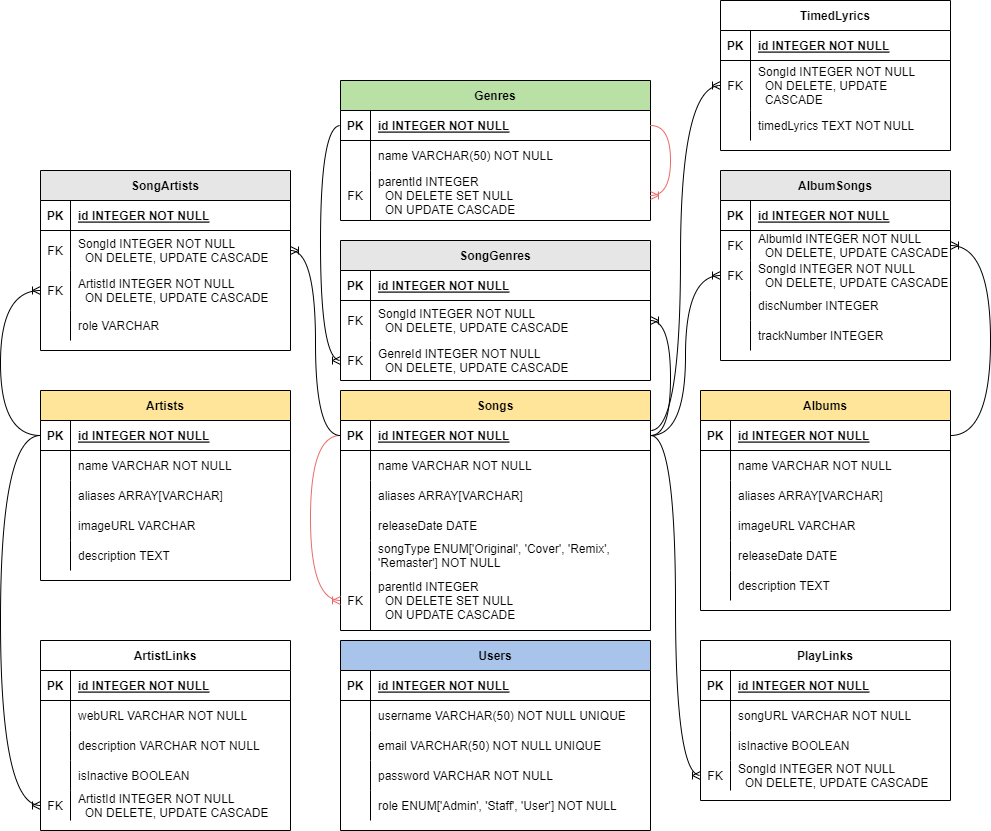
This is ERD.png from ValYauw/lagu-db-server, a draw.io export, as it was before one commit. Source tidied: cells renumbered, new cells last; positions are measured from the earlier drawing's top-left corner, leaving out a move shared by most shapes.
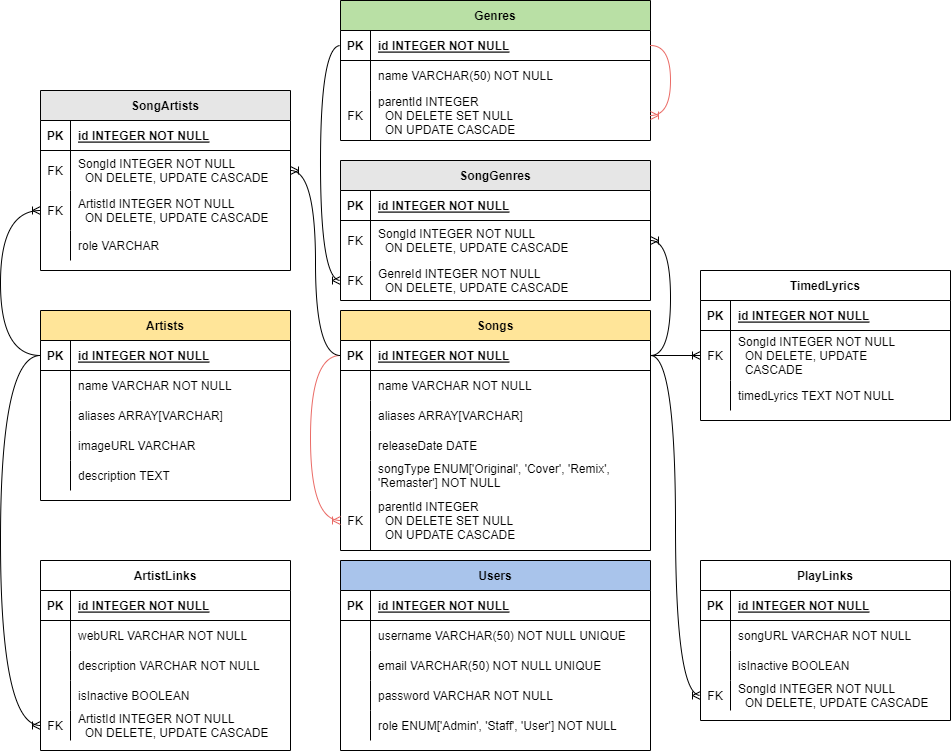
Above is the later version.

The edit, as a diff of the source:
```diff
@@ -127,63 +127,6 @@
     <mxCell id="41" value="role ENUM['Admin', 'Staff', 'User'] NOT NULL" style="shape=partialRectangle;overflow=hidden;fillColor=none;top=0;left=0;bottom=0;right=0;align=left;spacingLeft=6;" parent="39" vertex="1">
       <mxGeometry x="30" width="280" height="30" as="geometry" />
     </mxCell>
-    <mxCell id="42" value="Albums" style="shape=table;startSize=30;rowLines=0;fontStyle=1;align=center;fillColor=#FFE599;" parent="1" vertex="1">
-      <mxGeometry x="700" y="390" width="250" height="220" as="geometry" />
-    </mxCell>
-    <mxCell id="43" style="shape=partialRectangle;fillColor=none;points=[[0,0.5],[1,0.5]];portConstraint=eastwest;top=0;left=0;right=0;bottom=1;" parent="42" vertex="1">
-      <mxGeometry y="30" width="250" height="30" as="geometry" />
-    </mxCell>
-    <mxCell id="44" value="PK" style="shape=partialRectangle;overflow=hidden;fillColor=none;top=0;left=0;bottom=0;right=0;fontStyle=1;" parent="43" vertex="1">
-      <mxGeometry width="30" height="30" as="geometry" />
-    </mxCell>
-    <mxCell id="45" value="id INTEGER NOT NULL" style="shape=partialRectangle;overflow=hidden;fillColor=none;top=0;left=0;bottom=0;right=0;align=left;spacingLeft=6;fontStyle=5;" parent="43" vertex="1">
-      <mxGeometry x="30" width="220" height="30" as="geometry" />
-    </mxCell>
-    <mxCell id="46" style="shape=partialRectangle;fillColor=none;top=0;left=0;right=0;bottom=0;" parent="42" vertex="1">
-      <mxGeometry y="60" width="250" height="30" as="geometry" />
-    </mxCell>
-    <mxCell id="47" style="shape=partialRectangle;overflow=hidden;fillColor=none;top=0;left=0;bottom=0;right=0;" parent="46" vertex="1">
-      <mxGeometry width="30" height="30" as="geometry" />
-    </mxCell>
-    <mxCell id="48" value="name VARCHAR NOT NULL" style="shape=partialRectangle;overflow=hidden;fillColor=none;top=0;left=0;bottom=0;right=0;align=left;spacingLeft=6;" parent="46" vertex="1">
-      <mxGeometry x="30" width="220" height="30" as="geometry" />
-    </mxCell>
-    <mxCell id="49" style="shape=partialRectangle;fillColor=none;top=0;left=0;right=0;bottom=0;" parent="42" vertex="1">
-      <mxGeometry y="90" width="250" height="30" as="geometry" />
-    </mxCell>
-    <mxCell id="50" style="shape=partialRectangle;overflow=hidden;fillColor=none;top=0;left=0;bottom=0;right=0;" parent="49" vertex="1">
-      <mxGeometry width="30" height="30" as="geometry" />
-    </mxCell>
-    <mxCell id="51" value="aliases ARRAY[VARCHAR]" style="shape=partialRectangle;overflow=hidden;fillColor=none;top=0;left=0;bottom=0;right=0;align=left;spacingLeft=6;" parent="49" vertex="1">
-      <mxGeometry x="30" width="220" height="30" as="geometry" />
-    </mxCell>
-    <mxCell id="52" style="shape=partialRectangle;fillColor=none;top=0;left=0;right=0;bottom=0;" parent="42" vertex="1">
-      <mxGeometry y="120" width="250" height="30" as="geometry" />
-    </mxCell>
-    <mxCell id="53" style="shape=partialRectangle;overflow=hidden;fillColor=none;top=0;left=0;bottom=0;right=0;" parent="52" vertex="1">
-      <mxGeometry width="30" height="30" as="geometry" />
-    </mxCell>
-    <mxCell id="54" value="imageURL VARCHAR" style="shape=partialRectangle;overflow=hidden;fillColor=none;top=0;left=0;bottom=0;right=0;align=left;spacingLeft=6;" parent="52" vertex="1">
-      <mxGeometry x="30" width="220" height="30" as="geometry" />
-    </mxCell>
-    <mxCell id="55" style="shape=partialRectangle;fillColor=none;top=0;left=0;right=0;bottom=0;" parent="42" vertex="1">
-      <mxGeometry y="150" width="250" height="30" as="geometry" />
-    </mxCell>
-    <mxCell id="56" style="shape=partialRectangle;overflow=hidden;fillColor=none;top=0;left=0;bottom=0;right=0;" parent="55" vertex="1">
-      <mxGeometry width="30" height="30" as="geometry" />
-    </mxCell>
-    <mxCell id="57" value="releaseDate DATE" style="shape=partialRectangle;overflow=hidden;fillColor=none;top=0;left=0;bottom=0;right=0;align=left;spacingLeft=6;" parent="55" vertex="1">
-      <mxGeometry x="30" width="220" height="30" as="geometry" />
-    </mxCell>
-    <mxCell id="58" style="shape=partialRectangle;fillColor=none;top=0;left=0;right=0;bottom=0;" parent="42" vertex="1">
-      <mxGeometry y="180" width="250" height="30" as="geometry" />
-    </mxCell>
-    <mxCell id="59" style="shape=partialRectangle;overflow=hidden;fillColor=none;top=0;left=0;bottom=0;right=0;" parent="58" vertex="1">
-      <mxGeometry width="30" height="30" as="geometry" />
-    </mxCell>
-    <mxCell id="60" value="description TEXT" style="shape=partialRectangle;overflow=hidden;fillColor=none;top=0;left=0;bottom=0;right=0;align=left;spacingLeft=6;" parent="58" vertex="1">
-      <mxGeometry x="30" width="220" height="30" as="geometry" />
-    </mxCell>
     <mxCell id="61" value="Songs" style="shape=table;startSize=30;rowLines=0;fontStyle=1;align=center;fillColor=#FFE599;" parent="1" vertex="1">
       <mxGeometry x="340" y="390" width="310" height="240" as="geometry" />
     </mxCell>
@@ -336,54 +279,6 @@
     <mxCell id="109" value="role VARCHAR" style="shape=partialRectangle;overflow=hidden;fillColor=none;top=0;left=0;bottom=0;right=0;align=left;spacingLeft=6;" parent="107" vertex="1">
       <mxGeometry x="30" width="220" height="30" as="geometry" />
     </mxCell>
-    <mxCell id="110" value="AlbumSongs" style="shape=table;startSize=30;rowLines=0;fontStyle=1;align=center;fillColor=#E6E6E6;" parent="1" vertex="1">
-      <mxGeometry x="720" y="170" width="230" height="190" as="geometry" />
-    </mxCell>
-    <mxCell id="111" style="shape=partialRectangle;fillColor=none;top=0;left=0;right=0;bottom=1;" parent="110" vertex="1">
-      <mxGeometry y="30" width="230" height="30" as="geometry" />
-    </mxCell>
-    <mxCell id="112" value="PK" style="shape=partialRectangle;overflow=hidden;fillColor=none;top=0;left=0;bottom=0;right=0;fontStyle=1;" parent="111" vertex="1">
-      <mxGeometry width="30" height="30" as="geometry" />
-    </mxCell>
-    <mxCell id="113" value="id INTEGER NOT NULL" style="shape=partialRectangle;overflow=hidden;fillColor=none;top=0;left=0;bottom=0;right=0;align=left;spacingLeft=6;fontStyle=5;" parent="111" vertex="1">
-      <mxGeometry x="30" width="200" height="30" as="geometry" />
-    </mxCell>
-    <mxCell id="114" style="shape=partialRectangle;fillColor=none;points=[[0,0.5],[1,0.5]];portConstraint=eastwest;top=0;left=0;right=0;bottom=0;" parent="110" vertex="1">
-      <mxGeometry y="60" width="230" height="30" as="geometry" />
-    </mxCell>
-    <mxCell id="115" value="FK" style="shape=partialRectangle;overflow=hidden;fillColor=none;top=0;left=0;bottom=0;right=0;" parent="114" vertex="1">
-      <mxGeometry width="30" height="30" as="geometry" />
-    </mxCell>
-    <mxCell id="116" value="AlbumId INTEGER NOT NULL&#10;  ON DELETE, UPDATE CASCADE" style="shape=partialRectangle;overflow=hidden;fillColor=none;top=0;left=0;bottom=0;right=0;align=left;spacingLeft=6;" parent="114" vertex="1">
-      <mxGeometry x="30" width="200" height="30" as="geometry" />
-    </mxCell>
-    <mxCell id="117" style="shape=partialRectangle;fillColor=none;points=[[0,0.5],[1,0.5]];portConstraint=eastwest;top=0;left=0;right=0;bottom=0;" parent="110" vertex="1">
-      <mxGeometry y="90" width="230" height="30" as="geometry" />
-    </mxCell>
-    <mxCell id="118" value="FK" style="shape=partialRectangle;overflow=hidden;fillColor=none;top=0;left=0;bottom=0;right=0;" parent="117" vertex="1">
-      <mxGeometry width="30" height="30" as="geometry" />
-    </mxCell>
-    <mxCell id="119" value="SongId INTEGER NOT NULL&#10;  ON DELETE, UPDATE CASCADE" style="shape=partialRectangle;overflow=hidden;fillColor=none;top=0;left=0;bottom=0;right=0;align=left;spacingLeft=6;" parent="117" vertex="1">
-      <mxGeometry x="30" width="200" height="30" as="geometry" />
-    </mxCell>
-    <mxCell id="120" style="shape=partialRectangle;fillColor=none;top=0;left=0;right=0;bottom=0;" parent="110" vertex="1">
-      <mxGeometry y="120" width="230" height="30" as="geometry" />
-    </mxCell>
-    <mxCell id="121" style="shape=partialRectangle;overflow=hidden;fillColor=none;top=0;left=0;bottom=0;right=0;" parent="120" vertex="1">
-      <mxGeometry width="30" height="30" as="geometry" />
-    </mxCell>
-    <mxCell id="122" value="discNumber INTEGER" style="shape=partialRectangle;overflow=hidden;fillColor=none;top=0;left=0;bottom=0;right=0;align=left;spacingLeft=6;" parent="120" vertex="1">
-      <mxGeometry x="30" width="200" height="30" as="geometry" />
-    </mxCell>
-    <mxCell id="123" style="shape=partialRectangle;fillColor=none;top=0;left=0;right=0;bottom=0;" parent="110" vertex="1">
-      <mxGeometry y="150" width="230" height="30" as="geometry" />
-    </mxCell>
-    <mxCell id="124" style="shape=partialRectangle;overflow=hidden;fillColor=none;top=0;left=0;bottom=0;right=0;" parent="123" vertex="1">
-      <mxGeometry width="30" height="30" as="geometry" />
-    </mxCell>
-    <mxCell id="125" value="trackNumber INTEGER" style="shape=partialRectangle;overflow=hidden;fillColor=none;top=0;left=0;bottom=0;right=0;align=left;spacingLeft=6;" parent="123" vertex="1">
-      <mxGeometry x="30" width="200" height="30" as="geometry" />
-    </mxCell>
     <mxCell id="126" value="SongGenres" style="shape=table;startSize=30;rowLines=0;fontStyle=1;align=center;fillColor=#E6E6E6;" parent="1" vertex="1">
       <mxGeometry x="340" y="240" width="310" height="140" as="geometry" />
     </mxCell>
@@ -422,17 +317,6 @@
         </Array>
       </mxGeometry>
     </mxCell>
-    <mxCell id="137" style="edgeStyle=orthogonalEdgeStyle;fontSize=12;html=1;endArrow=ERoneToMany;rounded=0;exitX=1;exitY=0.5;exitDx=0;exitDy=0;entryX=0;entryY=0.5;entryDx=0;entryDy=0;curved=1;" parent="1" edge="1" source="62" target="117">
-      <mxGeometry relative="1" as="geometry" />
-    </mxCell>
-    <mxCell id="138" style="edgeStyle=orthogonalEdgeStyle;fontSize=12;html=1;endArrow=ERoneToMany;rounded=0;exitX=1;exitY=0.5;exitDx=0;exitDy=0;entryX=1;entryY=0.5;entryDx=0;entryDy=0;curved=1;" parent="1" edge="1" source="43" target="114">
-      <mxGeometry relative="1" as="geometry">
-        <Array as="points">
-          <mxPoint x="990" y="435" />
-          <mxPoint x="990" y="245" />
-        </Array>
-      </mxGeometry>
-    </mxCell>
     <mxCell id="139" style="fontSize=12;html=1;endArrow=ERoneToMany;rounded=0;exitX=1;exitY=0.5;exitDx=0;exitDy=0;edgeStyle=orthogonalEdgeStyle;entryX=0;entryY=0.5;entryDx=0;entryDy=0;curved=1;" parent="1" edge="1" source="62" target="23">
       <mxGeometry relative="1" as="geometry" />
     </mxCell>
@@ -512,42 +396,38 @@
       </mxGeometry>
     </mxCell>
     <mxCell id="160" value="TimedLyrics" style="shape=table;startSize=30;rowLines=0;fontStyle=1;align=center;" parent="1" vertex="1">
-      <mxGeometry x="720" width="230" height="150" as="geometry" />
+      <mxGeometry x="700" y="350" width="250" height="150" as="geometry" />
     </mxCell>
     <mxCell id="161" style="shape=partialRectangle;fillColor=none;top=0;left=0;right=0;bottom=1;" parent="160" vertex="1">
-      <mxGeometry y="30" width="230" height="30" as="geometry" />
+      <mxGeometry y="30" width="250" height="30" as="geometry" />
     </mxCell>
     <mxCell id="162" value="PK" style="shape=partialRectangle;overflow=hidden;fillColor=none;top=0;left=0;bottom=0;right=0;fontStyle=1;" parent="161" vertex="1">
       <mxGeometry width="30" height="30" as="geometry" />
     </mxCell>
     <mxCell id="163" value="id INTEGER NOT NULL" style="shape=partialRectangle;overflow=hidden;fillColor=none;top=0;left=0;bottom=0;right=0;align=left;spacingLeft=6;fontStyle=5;" parent="161" vertex="1">
-      <mxGeometry x="30" width="200" height="30" as="geometry" />
+      <mxGeometry x="30" width="220" height="30" as="geometry" />
     </mxCell>
     <mxCell id="164" style="shape=partialRectangle;fillColor=none;points=[[0,0.5],[1,0.5]];portConstraint=eastwest;top=0;left=0;right=0;bottom=0;" parent="160" vertex="1">
-      <mxGeometry y="60" width="230" height="50" as="geometry" />
+      <mxGeometry y="60" width="250" height="50" as="geometry" />
     </mxCell>
     <mxCell id="165" value="FK" style="shape=partialRectangle;overflow=hidden;fillColor=none;top=0;left=0;bottom=0;right=0;" parent="164" vertex="1">
       <mxGeometry width="30" height="50" as="geometry" />
     </mxCell>
     <mxCell id="166" value="SongId INTEGER NOT NULL&#10;  ON DELETE, UPDATE &#10;  CASCADE" style="shape=partialRectangle;overflow=hidden;fillColor=none;top=0;left=0;bottom=0;right=0;align=left;spacingLeft=6;" parent="164" vertex="1">
-      <mxGeometry x="30" width="200" height="50" as="geometry" />
+      <mxGeometry x="30" width="220" height="50" as="geometry" />
     </mxCell>
     <mxCell id="167" style="shape=partialRectangle;fillColor=none;top=0;left=0;right=0;bottom=0;" parent="160" vertex="1">
-      <mxGeometry y="110" width="230" height="30" as="geometry" />
+      <mxGeometry y="110" width="250" height="30" as="geometry" />
     </mxCell>
     <mxCell id="168" style="shape=partialRectangle;overflow=hidden;fillColor=none;top=0;left=0;bottom=0;right=0;" parent="167" vertex="1">
       <mxGeometry width="30" height="30" as="geometry" />
     </mxCell>
     <mxCell id="169" value="timedLyrics TEXT NOT NULL" style="shape=partialRectangle;overflow=hidden;fillColor=none;top=0;left=0;bottom=0;right=0;align=left;spacingLeft=6;" parent="167" vertex="1">
-      <mxGeometry x="30" width="200" height="30" as="geometry" />
+      <mxGeometry x="30" width="220" height="30" as="geometry" />
     </mxCell>
-    <mxCell id="170" style="edgeStyle=orthogonalEdgeStyle;fontSize=12;html=1;endArrow=ERoneToMany;rounded=0;entryX=0;entryY=0.5;entryDx=0;entryDy=0;curved=1;" parent="1" edge="1" target="164">
+    <mxCell id="170" style="fontSize=12;html=1;endArrow=ERoneToMany;rounded=0;entryX=0;entryY=0.5;entryDx=0;entryDy=0;" parent="1" edge="1" target="164">
       <mxGeometry relative="1" as="geometry">
-        <mxPoint x="650" y="430" as="sourcePoint" />
-        <Array as="points">
-          <mxPoint x="680" y="430" />
-          <mxPoint x="680" y="85" />
-        </Array>
+        <mxPoint x="650" y="435" as="sourcePoint" />
       </mxGeometry>
     </mxCell>
   </root>
```
